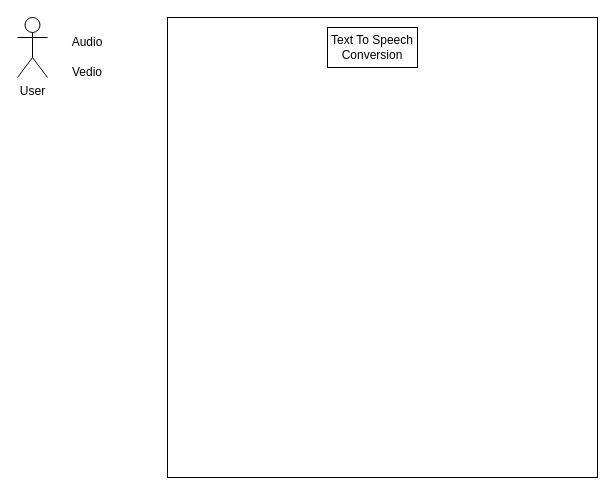
The draw.io diagram Untitled Diagram.drawio in ahmad2001hotmailyahoo/ahmad-arc, before the edit. Source tidied: cells renumbered, new cells numbered last; positions are measured from the earlier drawing's top-left corner, leaving out a move shared by most shapes. Both pictures are drawn from the tidied source at 100%, with x=0, y=0 at pixel (17, 17).
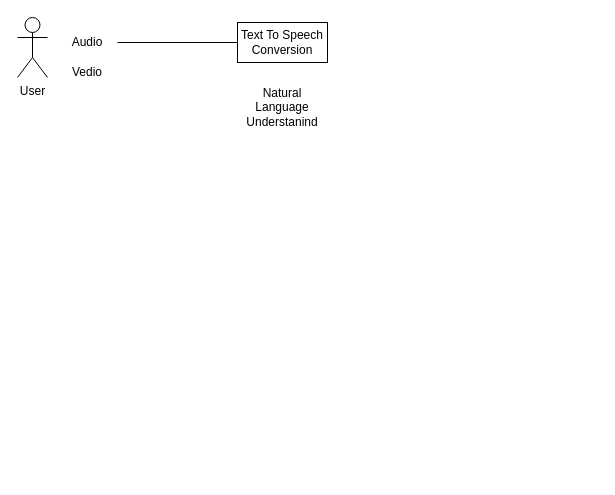
After the change.

Change to the diagram source:
```diff
@@
 <mxGraphModel>
   <root>
     <mxCell id="0" />
     <mxCell id="1" parent="0" />
     <mxCell id="2" value="User" style="shape=umlActor;verticalLabelPosition=bottom;verticalAlign=top;html=1;" parent="1" vertex="1">
       <mxGeometry width="30" height="60" as="geometry" />
     </mxCell>
-    <mxCell id="3" style="whiteSpace=wrap;html=1;verticalAlign=top;" parent="1" vertex="1">
-      <mxGeometry x="150" width="430" height="460" as="geometry" />
-    </mxCell>
+    <mxCell id="7" style="edgeStyle=orthogonalEdgeStyle;rounded=0;jettySize=auto;html=1;entryX=0;entryY=0.5;entryDx=0;entryDy=0;" parent="1" edge="1" source="4" target="6">
+      <mxGeometry relative="1" as="geometry">
+        <Array as="points">
+          <mxPoint x="290" y="25" />
+        </Array>
+      </mxGeometry>
+    </mxCell>
     <mxCell id="4" value="Audio" style="text;html=1;strokeColor=none;fillColor=none;align=center;verticalAlign=middle;whiteSpace=wrap;rounded=0;" parent="1" vertex="1">
       <mxGeometry x="40" y="10" width="60" height="30" as="geometry" />
     </mxCell>
     <mxCell id="5" value="Vedio" style="text;html=1;strokeColor=none;fillColor=none;align=center;verticalAlign=middle;whiteSpace=wrap;rounded=0;" parent="1" vertex="1">
       <mxGeometry x="40" y="40" width="60" height="30" as="geometry" />
     </mxCell>
     <mxCell id="6" value="Text To Speech Conversion" style="rounded=0;whiteSpace=wrap;html=1;" parent="1" vertex="1">
-      <mxGeometry x="310" y="10" width="90" height="40" as="geometry" />
+      <mxGeometry x="220" y="5" width="90" height="40" as="geometry" />
     </mxCell>
+    <mxCell id="8" value="Natural Language Understanind" style="text;html=1;strokeColor=none;fillColor=none;align=center;verticalAlign=middle;whiteSpace=wrap;rounded=0;" parent="1" vertex="1">
+      <mxGeometry x="220" y="70" width="90" height="40" as="geometry" />
+    </mxCell>
   </root>
 </mxGraphModel>
```
